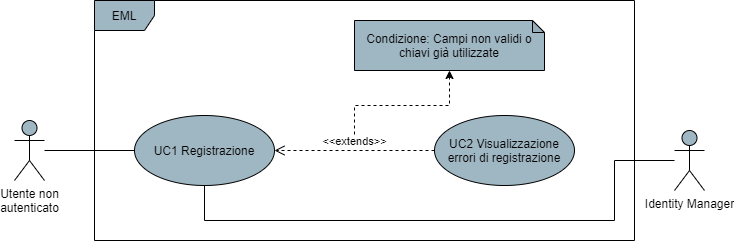
Omicron-Team/Documentazione keeps this draw.io diagram as DocumentazioneEsterna/AnalisiDeiRequisiti/res/UseCase/Immagini/RegistrazioneGenerale.png. Above is the earlier version. Source tidied: cells renumbered, new cells last; positions are measured from the earlier drawing's top-left corner, leaving out a move shared by most shapes.
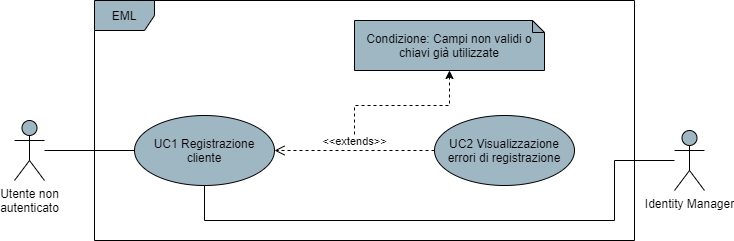
After the change.

Change to the diagram source:
```diff
@@ -11,7 +11,7 @@
     <mxCell id="4" value="EML" style="shape=umlFrame;whiteSpace=wrap;html=1;fillColor=#9FB6C3;" parent="1" vertex="1">
       <mxGeometry x="80" width="540" height="240" as="geometry" />
     </mxCell>
-    <mxCell id="5" value="UC1 Registrazione" style="ellipse;whiteSpace=wrap;html=1;fillColor=#9FB6C3;" parent="1" vertex="1">
+    <mxCell id="5" value="UC1 Registrazione cliente" style="ellipse;whiteSpace=wrap;html=1;fillColor=#9FB6C3;" parent="1" vertex="1">
       <mxGeometry x="120" y="115" width="140" height="70" as="geometry" />
     </mxCell>
     <mxCell id="6" style="edgeStyle=orthogonalEdgeStyle;rounded=0;jettySize=auto;html=1;dashed=1;" parent="1" edge="1" target="9">
```
